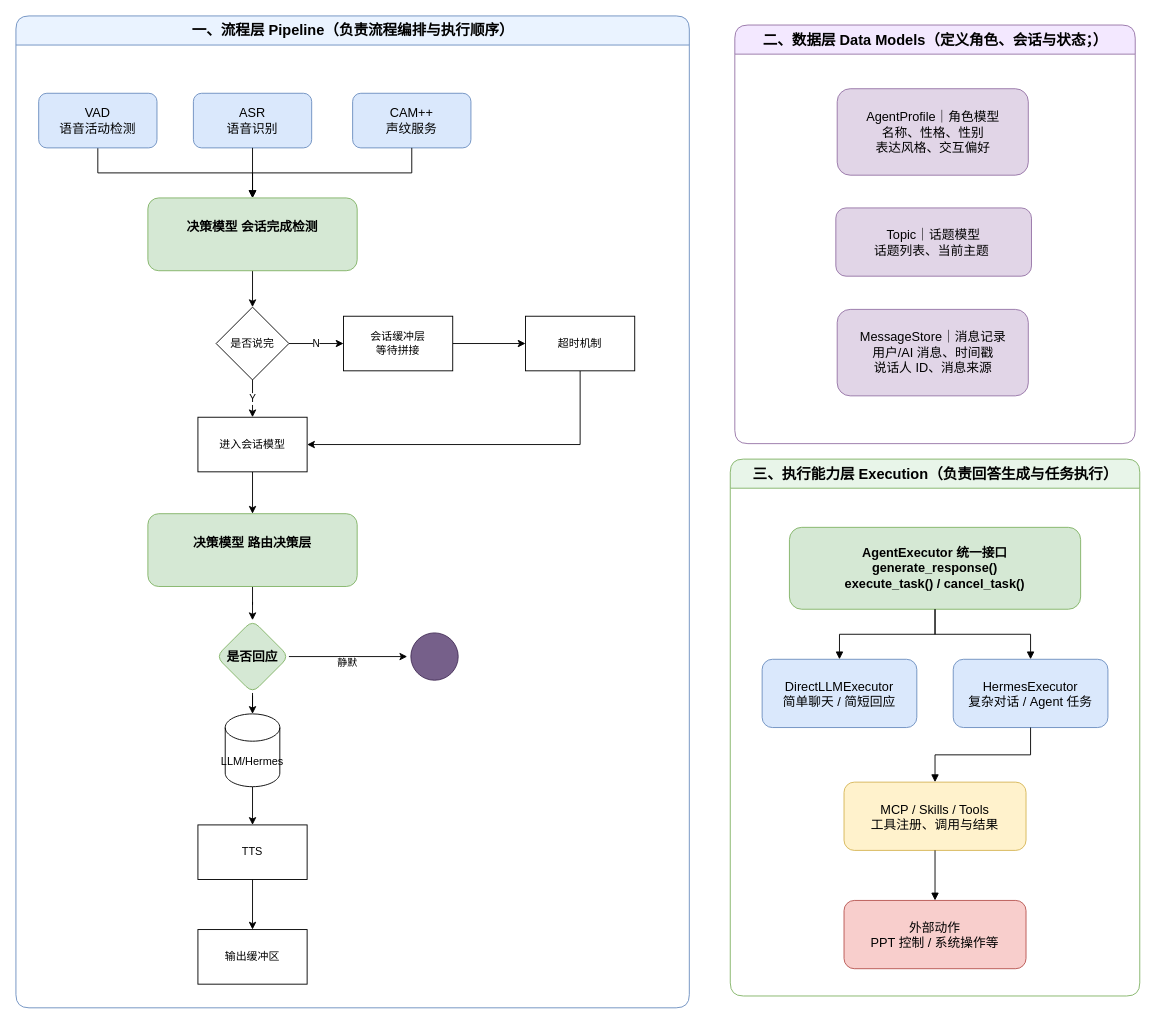
This is docs/asr_tts_autonomous_dialogue_architecture.drawio from xujialin03/asr_tts, a draw.io file, before an edit. Source tidied: cells renumbered, new cells numbered last; positions are measured from the earlier drawing's top-left corner, leaving out a move shared by most shapes. Both pictures are drawn from the tidied source at 91%, with x=0, y=0 at pixel (15, 15).
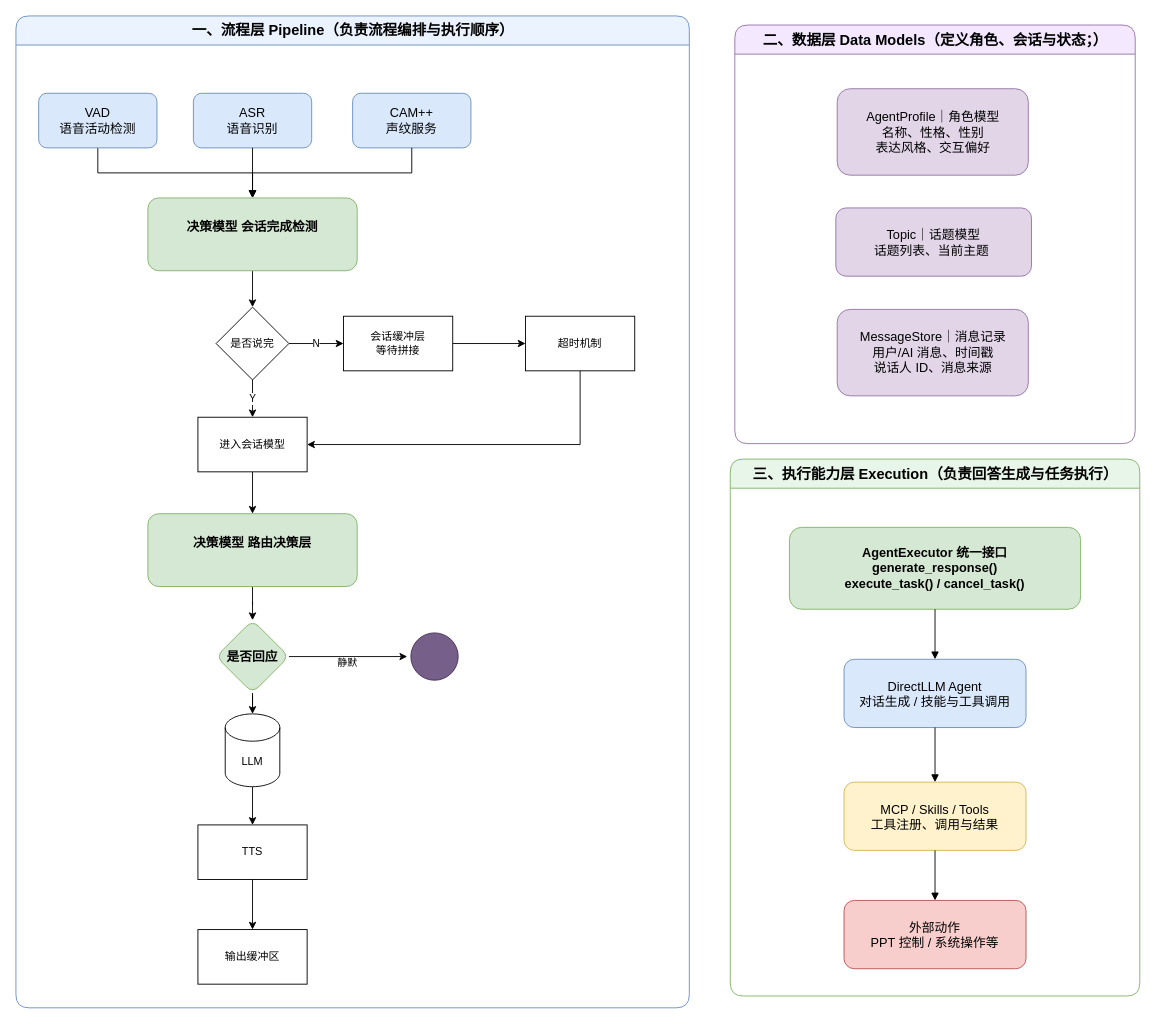
The same page after the edit.

The change refers to these unchanged cells:
```xml
<mxCell id="2" value="一、流程层 Pipeline（负责流程编排与执行顺序）" style="swimlane;html=1;startSize=32;horizontal=1;rounded=1;fillColor=#eaf3ff;swimlaneFillColor=#ffffff;strokeColor=#6c8ebf;fontStyle=1;fontSize=16;" parent="1" vertex="1">
  <mxGeometry width="740" height="1090" as="geometry" />
</mxCell>
<mxCell id="36" value="三、执行能力层 Execution（负责回答生成与任务执行）" style="swimlane;html=1;startSize=32;horizontal=1;rounded=1;fillColor=#e8f5e9;swimlaneFillColor=#ffffff;strokeColor=#82b366;fontStyle=1;fontSize=16;" parent="1" vertex="1">
  <mxGeometry x="785" y="487" width="450" height="590" as="geometry" />
</mxCell>
<mxCell id="37" value="AgentExecutor 统一接口&#10;generate_response()&#10;execute_task() / cancel_task()" style="rounded=1;whiteSpace=wrap;html=1;fillColor=#d5e8d4;strokeColor=#82b366;fontStyle=1;fontSize=14;" parent="36" vertex="1">
  <mxGeometry x="65" y="75" width="320" height="90" as="geometry" />
</mxCell>
<mxCell id="40" value="MCP / Skills / Tools&#10;工具注册、调用与结果" style="rounded=1;whiteSpace=wrap;html=1;fillColor=#fff2cc;strokeColor=#d6b656;fontSize=14;" parent="36" vertex="1">
  <mxGeometry x="125" y="355" width="200" height="75" as="geometry" />
</mxCell>
```

What changed in the source:
```diff
@@
-    <mxCell id="27" value="LLM/Hermes" style="shape=cylinder3;whiteSpace=wrap;html=1;boundedLbl=1;backgroundOutline=1;size=15;" parent="2" vertex="1">
+    <mxCell id="27" value="LLM" style="shape=cylinder3;whiteSpace=wrap;html=1;boundedLbl=1;backgroundOutline=1;size=15;" parent="2" vertex="1">
       <mxGeometry x="230" y="767" width="60" height="80" as="geometry" />
     </mxCell>
@@
-    <mxCell id="38" value="DirectLLMExecutor&#10;简单聊天 / 简短回应" style="rounded=1;whiteSpace=wrap;html=1;fillColor=#dae8fc;strokeColor=#6c8ebf;fontSize=14;" parent="36" vertex="1">
-      <mxGeometry x="35" y="220" width="170" height="75" as="geometry" />
+    <mxCell id="38" value="DirectLLM Agent&#10;对话生成 / 技能与工具调用" style="rounded=1;whiteSpace=wrap;html=1;fillColor=#dae8fc;strokeColor=#6c8ebf;fontSize=14;" parent="36" vertex="1">
+      <mxGeometry x="125" y="220" width="200" height="75" as="geometry" />
     </mxCell>
-    <mxCell id="39" value="HermesExecutor&#10;复杂对话 / Agent 任务" style="rounded=1;whiteSpace=wrap;html=1;fillColor=#dae8fc;strokeColor=#6c8ebf;fontSize=14;" parent="36" vertex="1">
-      <mxGeometry x="245" y="220" width="170" height="75" as="geometry" />
-    </mxCell>
@@
-    <mxCell id="43" style="edgeStyle=orthogonalEdgeStyle;rounded=0;html=1;endArrow=block;endFill=1;" parent="36" edge="1" source="37" target="39">
-      <mxGeometry relative="1" as="geometry" />
-    </mxCell>
-    <mxCell id="44" style="edgeStyle=orthogonalEdgeStyle;rounded=0;html=1;endArrow=block;endFill=1;" parent="36" edge="1" source="39" target="40">
+    <mxCell id="44" style="edgeStyle=orthogonalEdgeStyle;rounded=0;html=1;endArrow=block;endFill=1;" parent="36" edge="1" source="38" target="40">
       <mxGeometry relative="1" as="geometry" />
     </mxCell>
```
